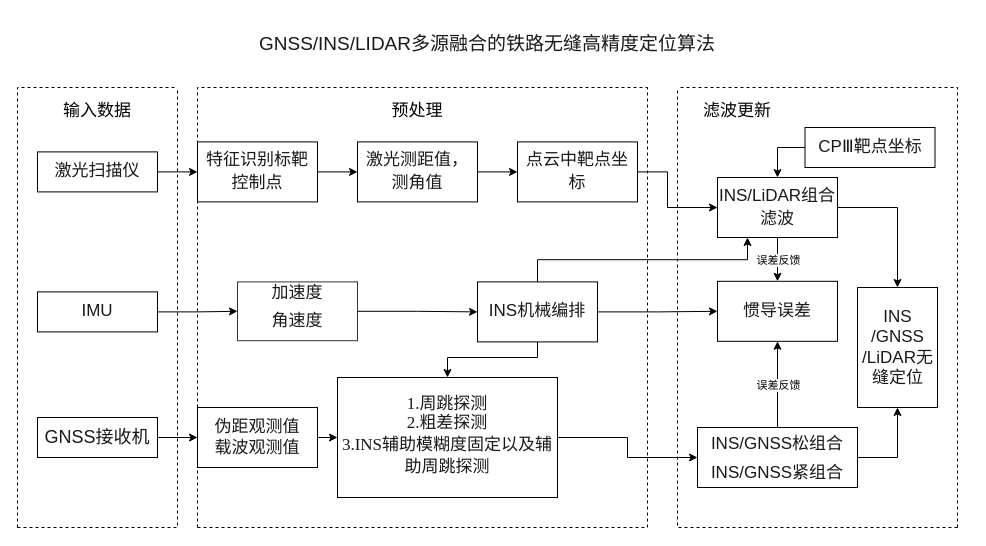
Before: PPT Diagram.drawio in 1024681863/liuchengtu, a draw.io diagram. Source tidied: cells renumbered, new cells numbered last; positions are measured from the earlier drawing's top-left corner, leaving out a move shared by most shapes. Both pictures are drawn from the tidied source at 100%, with x=0, y=0 at pixel (17, 17).
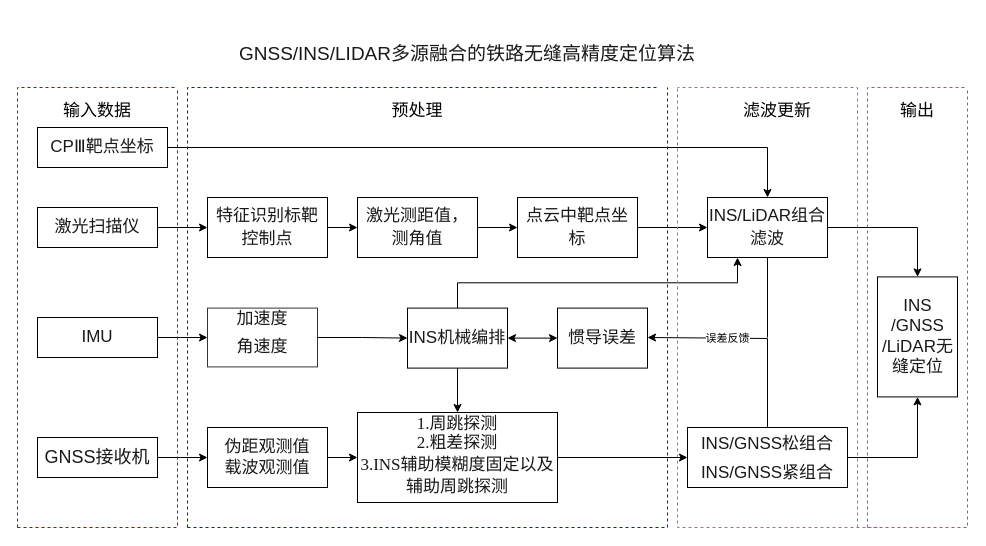
After the change.

Diff of the diagram source:
```diff
@@
     <mxCell id="3" value="&lt;div style=&quot;line-height: 1.3; font-family: FZHei-B01S; text-align: center; vertical-align: middle; color: rgb(25, 25, 26); font-size: 18px; font-style: normal; font-weight: normal;&quot;&gt;&lt;p&gt;&lt;span&gt;GNSS接收机&lt;/span&gt;&lt;/p&gt;&lt;/div&gt;" style="rounded=0;whiteSpace=wrap;html=1;" parent="1" vertex="1">
-      <mxGeometry x="20" y="400" width="120" height="40" as="geometry" />
+      <mxGeometry x="20" y="420" width="120" height="40" as="geometry" />
     </mxCell>
@@
     <mxCell id="5" value="&lt;div style=&quot;line-height: 1.3; font-family: FZHei-B01S; text-align: center; vertical-align: middle; color: rgb(25, 25, 26); font-style: normal; font-weight: normal;&quot;&gt;&lt;p style=&quot;&quot;&gt;&lt;font style=&quot;font-size: 17px;&quot;&gt;激光测距值，测角值&lt;/font&gt;&lt;/p&gt;&lt;/div&gt;" style="rounded=0;whiteSpace=wrap;html=1;" parent="1" vertex="1">
-      <mxGeometry x="340" y="124.4" width="120" height="60" as="geometry" />
+      <mxGeometry x="340" y="180" width="120" height="60" as="geometry" />
     </mxCell>
-    <mxCell id="6" style="edgeStyle=orthogonalEdgeStyle;rounded=0;jettySize=auto;html=1;exitX=1;exitY=0.5;exitDx=0;exitDy=0;entryX=0;entryY=0.5;entryDx=0;entryDy=0;" parent="1" edge="1" source="9" target="23">
-      <mxGeometry relative="1" as="geometry" />
-    </mxCell>
@@
     <mxCell id="8" style="edgeStyle=orthogonalEdgeStyle;rounded=0;jettySize=auto;html=1;exitX=0.5;exitY=1;exitDx=0;exitDy=0;entryX=0.5;entryY=0;entryDx=0;entryDy=0;" parent="1" edge="1" source="9" target="11">
-      <mxGeometry relative="1" as="geometry">
-        <Array as="points">
-          <mxPoint x="520" y="340" />
-          <mxPoint x="430" y="340" />
-        </Array>
-      </mxGeometry>
+      <mxGeometry relative="1" as="geometry" />
     </mxCell>
     <mxCell id="9" value="&lt;div style=&quot;line-height: 1.3; font-family: FZHei-B01S; text-align: center; vertical-align: middle; color: rgb(25, 25, 26); font-style: normal; font-weight: normal;&quot;&gt;&lt;p style=&quot;&quot;&gt;&lt;font style=&quot;font-size: 17px;&quot;&gt;INS机械编排&lt;/font&gt;&lt;/p&gt;&lt;/div&gt;" style="rounded=0;whiteSpace=wrap;html=1;" parent="1" vertex="1">
-      <mxGeometry x="460" y="264.4" width="120" height="60" as="geometry" />
+      <mxGeometry x="390" y="290.6" width="100" height="60" as="geometry" />
     </mxCell>
@@
     <mxCell id="11" value="&lt;div style=&quot;line-height: 130%;&quot;&gt;&lt;span style=&quot;background-color: light-dark(#ffffff, var(--ge-dark-color, #121212)); color: light-dark(rgb(0, 0, 0), rgb(255, 255, 255)); font-family: Garamond; font-size: 17px;&quot;&gt;1.周跳探测&lt;/span&gt;&lt;br&gt;&lt;/div&gt;&lt;font style=&quot;font-size: 17px;&quot;&gt;&lt;font style=&quot;line-height: 130%;&quot;&gt;&lt;span style=&quot;background-color: light-dark(#ffffff, var(--ge-dark-color, #121212)); color: light-dark(rgb(0, 0, 0), rgb(255, 255, 255)); font-family: Garamond;&quot;&gt;2.粗差探测&lt;/span&gt;&lt;br&gt;&lt;/font&gt;&lt;span style=&quot;background-color: light-dark(#ffffff, var(--ge-dark-color, #121212)); color: light-dark(rgb(0, 0, 0), rgb(255, 255, 255)); font-family: Garamond; line-height: 130%;&quot;&gt;&lt;font style=&quot;line-height: 130%;&quot;&gt;3.INS辅助模糊度固定以及辅助周跳探测&lt;/font&gt;&lt;/span&gt;&lt;/font&gt;&lt;font style=&quot;forced-color-adjust: none;&quot;&gt;&lt;br&gt;&lt;/font&gt;" style="rounded=0;whiteSpace=wrap;html=1;fontSize=11;textOpacity=90;" parent="1" vertex="1">
-      <mxGeometry x="320" y="360" width="220" height="120" as="geometry" />
+      <mxGeometry x="340" y="395" width="200" height="90" as="geometry" />
     </mxCell>
@@
     <mxCell id="13" value="&lt;div style=&quot;font-family: FZHei-B01S; text-align: center; vertical-align: middle; color: rgb(25, 25, 26); font-style: normal; font-weight: normal; line-height: 100%;&quot;&gt;&lt;p&gt;&lt;font style=&quot;line-height: 130%; font-size: 17px;&quot;&gt;特征识别标靶控制点&lt;/font&gt;&lt;/p&gt;&lt;/div&gt;" style="rounded=0;whiteSpace=wrap;html=1;" parent="1" vertex="1">
-      <mxGeometry x="180" y="124.4" width="120" height="60" as="geometry" />
+      <mxGeometry x="190" y="180" width="120" height="60" as="geometry" />
     </mxCell>
@@
     <mxCell id="15" value="&lt;div style=&quot;&quot;&gt;&lt;font style=&quot;font-size: 17px;&quot;&gt;&lt;span style=&quot;color: light-dark(rgb(25, 25, 26), rgb(216, 216, 217)); font-family: FZHei-B01S; background-color: transparent;&quot;&gt;加速度&lt;/span&gt;&lt;br&gt;&lt;/font&gt;&lt;/div&gt;&lt;div style=&quot;font-family: FZHei-B01S; vertical-align: middle; color: rgb(25, 25, 26); font-style: normal; font-weight: normal; line-height: 100%;&quot;&gt;&lt;p style=&quot;&quot;&gt;&lt;span style=&quot;color: light-dark(rgb(25, 25, 26), rgb(216, 216, 217)); background-color: transparent;&quot;&gt;&lt;font style=&quot;font-size: 17px;&quot;&gt;角速度&lt;/font&gt;&lt;/span&gt;&lt;/p&gt;&lt;/div&gt;" style="rounded=0;whiteSpace=wrap;html=1;opacity=80;align=center;" parent="1" vertex="1">
-      <mxGeometry x="220" y="264.4" width="120" height="58.8" as="geometry" />
+      <mxGeometry x="190" y="290.6" width="110" height="58.8" as="geometry" />
     </mxCell>
@@
     <mxCell id="17" value="&lt;div style=&quot;font-family: FZHei-B01S; vertical-align: middle; color: rgb(25, 25, 26); line-height: 60%;&quot;&gt;&lt;p&gt;&lt;font style=&quot;line-height: 60%; font-size: 17px;&quot;&gt;伪距观测值&lt;/font&gt;&lt;/p&gt;&lt;p&gt;&lt;font style=&quot;line-height: 60%; font-size: 17px;&quot;&gt;载波观测值&lt;/font&gt;&lt;/p&gt;&lt;/div&gt;" style="rounded=0;whiteSpace=wrap;html=1;fontSize=11;" parent="1" vertex="1">
-      <mxGeometry x="180" y="390" width="120" height="60" as="geometry" />
+      <mxGeometry x="190" y="410" width="120" height="60" as="geometry" />
     </mxCell>
@@
     <mxCell id="19" value="&lt;div style=&quot;line-height: 1.3; font-family: FZHei-B01S; vertical-align: middle; color: rgb(25, 25, 26);&quot;&gt;&lt;p style=&quot;line-height: 100%;&quot;&gt;&lt;font style=&quot;font-size: 17px;&quot;&gt;激光扫描仪&lt;/font&gt;&lt;/p&gt;&lt;/div&gt;" style="rounded=0;whiteSpace=wrap;html=1;" parent="1" vertex="1">
-      <mxGeometry x="20" y="134.4" width="120" height="40" as="geometry" />
+      <mxGeometry x="20" y="190" width="120" height="40" as="geometry" />
     </mxCell>
     <mxCell id="20" value="&lt;div style=&quot;line-height: 1.3; font-family: FZHei-B01S; text-align: center; vertical-align: middle; color: rgb(25, 25, 26); font-style: normal; font-weight: normal;&quot;&gt;&lt;p style=&quot;&quot;&gt;&lt;br&gt;&lt;/p&gt;&lt;/div&gt;" style="rounded=0;whiteSpace=wrap;html=1;" parent="1" vertex="1">
-      <mxGeometry x="840" y="270" width="80" height="120" as="geometry" />
+      <mxGeometry x="860" y="259.4" width="80" height="120" as="geometry" />
     </mxCell>
     <mxCell id="21" style="edgeStyle=orthogonalEdgeStyle;rounded=0;jettySize=auto;html=1;exitX=1;exitY=0.5;exitDx=0;exitDy=0;entryX=0;entryY=0.5;entryDx=0;entryDy=0;" parent="1" edge="1" source="22" target="27">
-      <mxGeometry relative="1" as="geometry">
-        <Array as="points">
-          <mxPoint x="650" y="154" />
-          <mxPoint x="650" y="190" />
-        </Array>
-      </mxGeometry>
+      <mxGeometry relative="1" as="geometry" />
     </mxCell>
     <mxCell id="22" value="&lt;div style=&quot;line-height: 1.3; font-family: FZHei-B01S; text-align: center; vertical-align: middle; color: rgb(25, 25, 26); font-style: normal; font-weight: normal;&quot;&gt;&lt;p style=&quot;&quot;&gt;&lt;font style=&quot;font-size: 17px;&quot;&gt;点云中靶点坐标&lt;/font&gt;&lt;/p&gt;&lt;/div&gt;" style="rounded=0;whiteSpace=wrap;html=1;" parent="1" vertex="1">
-      <mxGeometry x="500" y="124.4" width="120" height="60" as="geometry" />
+      <mxGeometry x="500" y="180" width="120" height="60" as="geometry" />
     </mxCell>
     <mxCell id="23" value="&lt;div style=&quot;line-height: 1.3; font-family: FZHei-B01S; text-align: center; vertical-align: middle; color: rgb(25, 25, 26); font-style: normal; font-weight: normal;&quot;&gt;&lt;p style=&quot;&quot;&gt;&lt;font style=&quot;font-size: 17px;&quot;&gt;惯导误差&lt;/font&gt;&lt;/p&gt;&lt;/div&gt;" style="rounded=0;whiteSpace=wrap;html=1;" parent="1" vertex="1">
-      <mxGeometry x="700" y="263.8" width="120" height="60" as="geometry" />
+      <mxGeometry x="540" y="290.6" width="90" height="60" as="geometry" />
     </mxCell>
@@
     <mxCell id="25" value="&lt;div style=&quot;font-family: FZHei-B01S; text-align: center; vertical-align: middle; color: rgb(25, 25, 26); font-style: normal; font-weight: normal; line-height: 100%;&quot;&gt;&lt;p&gt;&lt;span&gt;&lt;font style=&quot;line-height: 100%; font-size: 17px;&quot;&gt;INS/GNSS松组合&lt;/font&gt;&lt;/span&gt;&lt;/p&gt;&lt;p&gt;&lt;span&gt;&lt;font style=&quot;line-height: 100%; font-size: 17px;&quot;&gt;INS/GNSS紧组合&lt;/font&gt;&lt;/span&gt;&lt;/p&gt;&lt;/div&gt;" style="rounded=0;whiteSpace=wrap;html=1;" parent="1" vertex="1">
-      <mxGeometry x="680" y="410" width="160" height="60" as="geometry" />
+      <mxGeometry x="670" y="410" width="160" height="60" as="geometry" />
     </mxCell>
@@
     <mxCell id="27" value="&lt;div style=&quot;line-height: 1.3; font-family: FZHei-B01S; text-align: center; vertical-align: middle; color: rgb(25, 25, 26); font-style: normal; font-weight: normal;&quot;&gt;&lt;p style=&quot;&quot;&gt;&lt;font style=&quot;font-size: 17px;&quot;&gt;INS/LiDAR组合滤波&lt;/font&gt;&lt;/p&gt;&lt;/div&gt;" style="rounded=0;whiteSpace=wrap;html=1;" parent="1" vertex="1">
-      <mxGeometry x="700" y="160" width="120" height="60" as="geometry" />
+      <mxGeometry x="690" y="180" width="120" height="60" as="geometry" />
     </mxCell>
-    <mxCell id="28" style="edgeStyle=orthogonalEdgeStyle;rounded=0;jettySize=auto;html=1;exitX=0.5;exitY=1;exitDx=0;exitDy=0;entryX=0.5;entryY=0;entryDx=0;entryDy=0;" parent="1" edge="1" source="29" target="27">
+    <mxCell id="28" style="edgeStyle=orthogonalEdgeStyle;rounded=0;jettySize=auto;html=1;exitX=0.5;exitY=0;exitDx=0;exitDy=0;" parent="1" edge="1" source="29" target="27">
       <mxGeometry relative="1" as="geometry" />
     </mxCell>
     <mxCell id="29" value="&lt;div style=&quot;line-height: 1.3; font-family: FZHei-B01S; text-align: center; vertical-align: middle; color: rgb(25, 25, 26); font-style: normal; font-weight: normal;&quot;&gt;&lt;p style=&quot;&quot;&gt;&lt;font style=&quot;font-size: 17px;&quot;&gt;CPⅢ靶点坐标&lt;/font&gt;&lt;/p&gt;&lt;/div&gt;" style="rounded=0;whiteSpace=wrap;html=1;direction=south;" parent="1" vertex="1">
-      <mxGeometry x="787.5" y="110" width="130" height="40" as="geometry" />
+      <mxGeometry x="20" y="110" width="130" height="40" as="geometry" />
     </mxCell>
@@
     <mxCell id="31" value="&lt;div style=&quot;line-height: 1.3; font-family: FZHei-B01S; vertical-align: middle; color: rgb(25, 25, 26);&quot;&gt;&lt;p style=&quot;line-height: 100%;&quot;&gt;&lt;font style=&quot;font-size: 17px;&quot;&gt;IMU&lt;/font&gt;&lt;/p&gt;&lt;/div&gt;" style="rounded=0;whiteSpace=wrap;html=1;" parent="1" vertex="1">
-      <mxGeometry x="20" y="274.4" width="120" height="40" as="geometry" />
+      <mxGeometry x="20" y="300" width="120" height="40" as="geometry" />
     </mxCell>
     <mxCell id="32" value="&lt;span style=&quot;color: rgb(25, 25, 26); font-family: FZHei-B01S; font-size: 19px;&quot;&gt;GNSS/INS/LIDAR多源融合的铁路无缝高精度定位算法&lt;/span&gt;" style="text;html=1;align=center;verticalAlign=middle;whiteSpace=wrap;rounded=0;rotation=0;" parent="1" vertex="1">
-      <mxGeometry x="210" width="520" height="54.4" as="geometry" />
+      <mxGeometry x="190" y="10" width="520" height="54.4" as="geometry" />
     </mxCell>
@@
     <mxCell id="34" value="&lt;span style=&quot;color: rgb(25, 25, 26); font-family: FZHei-B01S;&quot;&gt;INS&lt;/span&gt;&lt;div&gt;&lt;span style=&quot;color: rgb(25, 25, 26); font-family: FZHei-B01S;&quot;&gt;/GNSS&lt;/span&gt;&lt;div&gt;&lt;span style=&quot;color: rgb(25, 25, 26); font-family: FZHei-B01S;&quot;&gt;/LiDAR无缝定位&lt;/span&gt;&lt;/div&gt;&lt;/div&gt;" style="text;html=1;align=center;verticalAlign=middle;whiteSpace=wrap;rounded=0;rotation=0;fontSize=17;" parent="1" vertex="1">
-      <mxGeometry x="842.5" y="280.6" width="75" height="98.8" as="geometry" />
+      <mxGeometry x="862.5" y="270" width="75" height="98.8" as="geometry" />
     </mxCell>
-    <mxCell id="35" style="endArrow=none;dashed=1;html=1;rounded=0;" parent="1" edge="1">
+    <mxCell id="35" style="endArrow=none;dashed=1;html=1;rounded=0;fillColor=#e51400;strokeColor=#B20000;" parent="1" edge="1">
       <mxGeometry relative="1" as="geometry">
         <mxPoint y="510" as="sourcePoint" />
         <mxPoint x="160" y="70" as="targetPoint" />
         <Array as="points">
           <mxPoint y="70" />
         </Array>
       </mxGeometry>
     </mxCell>
-    <mxCell id="36" style="endArrow=none;dashed=1;html=1;rounded=0;" parent="1" edge="1">
+    <mxCell id="36" style="endArrow=none;dashed=1;html=1;rounded=0;fillColor=#e51400;strokeColor=#B20000;" parent="1" edge="1">
       <mxGeometry relative="1" as="geometry">
         <mxPoint y="510" as="sourcePoint" />
         <mxPoint x="160" y="70" as="targetPoint" />
         <Array as="points">
           <mxPoint x="160" y="510" />
         </Array>
       </mxGeometry>
     </mxCell>
@@
-    <mxCell id="39" style="endArrow=none;dashed=1;html=1;rounded=0;" parent="1" edge="1">
+    <mxCell id="39" style="endArrow=none;dashed=1;html=1;rounded=0;fillColor=#0050ef;strokeColor=#001DBC;" parent="1" edge="1">
       <mxGeometry relative="1" as="geometry">
-        <mxPoint x="180" y="510" as="sourcePoint" />
-        <mxPoint x="630" y="70" as="targetPoint" />
+        <mxPoint x="170" y="510" as="sourcePoint" />
+        <mxPoint x="640" y="70" as="targetPoint" />
         <Array as="points">
-          <mxPoint x="180" y="70" />
+          <mxPoint x="170" y="70" />
         </Array>
       </mxGeometry>
     </mxCell>
-    <mxCell id="40" style="endArrow=none;dashed=1;html=1;rounded=0;" parent="1" edge="1">
+    <mxCell id="40" style="endArrow=none;dashed=1;html=1;rounded=0;fillColor=#0050ef;strokeColor=#001DBC;" parent="1" edge="1">
       <mxGeometry relative="1" as="geometry">
-        <mxPoint x="180" y="510" as="sourcePoint" />
-        <mxPoint x="630" y="70" as="targetPoint" />
+        <mxPoint x="170" y="510" as="sourcePoint" />
+        <mxPoint x="650" y="70" as="targetPoint" />
         <Array as="points">
-          <mxPoint x="630" y="510" />
+          <mxPoint x="650" y="510" />
         </Array>
       </mxGeometry>
     </mxCell>
-    <mxCell id="41" style="endArrow=none;dashed=1;html=1;rounded=0;" parent="1" edge="1">
+    <mxCell id="41" style="endArrow=none;dashed=1;html=1;rounded=0;fillColor=#e1d5e7;strokeColor=#9673a6;" parent="1" edge="1">
       <mxGeometry relative="1" as="geometry">
-        <mxPoint x="940" y="510" as="sourcePoint" />
+        <mxPoint x="840" y="510" as="sourcePoint" />
         <mxPoint x="660" y="70" as="targetPoint" />
         <Array as="points">
-          <mxPoint x="940" y="70" />
+          <mxPoint x="840" y="70" />
         </Array>
       </mxGeometry>
     </mxCell>
-    <mxCell id="42" style="endArrow=none;dashed=1;html=1;rounded=0;" parent="1" edge="1">
+    <mxCell id="42" style="endArrow=none;dashed=1;html=1;rounded=0;fillColor=#e1d5e7;strokeColor=#9673a6;" parent="1" edge="1">
       <mxGeometry relative="1" as="geometry">
-        <mxPoint x="940" y="510" as="sourcePoint" />
+        <mxPoint x="860" y="510" as="sourcePoint" />
         <mxPoint x="660" y="70" as="targetPoint" />
         <Array as="points">
           <mxPoint x="660" y="510" />
         </Array>
       </mxGeometry>
     </mxCell>
     <mxCell id="43" value="&lt;font style=&quot;font-size: 17px;&quot;&gt;滤波更新&lt;/font&gt;" style="text;html=1;align=center;verticalAlign=middle;whiteSpace=wrap;rounded=0;" parent="1" vertex="1">
-      <mxGeometry x="670" y="77" width="100" height="33" as="geometry" />
+      <mxGeometry x="710" y="77" width="100" height="33" as="geometry" />
     </mxCell>
-    <mxCell id="44" style="endArrow=classic;html=1;rounded=0;exitX=0.5;exitY=0;exitDx=0;exitDy=0;entryX=0.5;entryY=1;entryDx=0;entryDy=0;" parent="1" edge="1" source="25" target="23">
-      <mxGeometry relative="1" as="geometry" />
+    <mxCell id="44" style="endArrow=classic;html=1;rounded=0;exitX=0.5;exitY=0;exitDx=0;exitDy=0;" parent="1" edge="1" source="25">
+      <mxGeometry relative="1" as="geometry">
+        <mxPoint x="630" y="320" as="targetPoint" />
+        <Array as="points">
+          <mxPoint x="750" y="321" />
+        </Array>
+      </mxGeometry>
     </mxCell>
     <mxCell id="45" value="误差反馈" style="edgeLabel;html=1;align=center;verticalAlign=middle;" parent="44" vertex="1">
-      <mxGeometry relative="1" as="geometry" />
+      <mxGeometry relative="1" as="geometry">
+        <mxPoint x="-25" as="offset" />
+      </mxGeometry>
     </mxCell>
-    <mxCell id="46" style="endArrow=classic;html=1;rounded=0;entryX=0.5;entryY=0;entryDx=0;entryDy=0;exitX=0.5;exitY=1;exitDx=0;exitDy=0;" parent="1" edge="1" source="27" target="23">
-      <mxGeometry relative="1" as="geometry" />
-    </mxCell>
-    <mxCell id="47" value="误差反馈" style="edgeLabel;html=1;align=center;verticalAlign=middle;" parent="46" vertex="1">
-      <mxGeometry relative="1" as="geometry" />
-    </mxCell>
+    <mxCell id="6" style="endArrow=classic;startArrow=classic;html=1;rounded=0;entryX=0;entryY=0.5;entryDx=0;entryDy=0;exitX=1;exitY=0.5;exitDx=0;exitDy=0;" parent="1" edge="1" source="9" target="23">
+      <mxGeometry relative="1" as="geometry" />
+    </mxCell>
+    <mxCell id="48" style="endArrow=none;dashed=1;html=1;rounded=0;fillColor=#f8cecc;strokeColor=#b85450;" parent="1" edge="1">
+      <mxGeometry relative="1" as="geometry">
+        <mxPoint x="850" y="510" as="sourcePoint" />
+        <mxPoint x="950" y="70" as="targetPoint" />
+        <Array as="points">
+          <mxPoint x="850" y="70" />
+        </Array>
+      </mxGeometry>
+    </mxCell>
+    <mxCell id="49" style="endArrow=none;dashed=1;html=1;rounded=0;fillColor=#f8cecc;strokeColor=#b85450;" parent="1" edge="1">
+      <mxGeometry relative="1" as="geometry">
+        <mxPoint x="850" y="510" as="sourcePoint" />
+        <mxPoint x="950" y="70" as="targetPoint" />
+        <Array as="points">
+          <mxPoint x="950" y="510" />
+        </Array>
+      </mxGeometry>
+    </mxCell>
+    <mxCell id="50" value="&lt;span style=&quot;font-size: 17px;&quot;&gt;输出&lt;/span&gt;" style="text;html=1;align=center;verticalAlign=middle;whiteSpace=wrap;rounded=0;" parent="1" vertex="1">
+      <mxGeometry x="850" y="77" width="100" height="33" as="geometry" />
+    </mxCell>
+    <mxCell id="51" style="endArrow=none;html=1;rounded=0;entryX=0.5;entryY=1;entryDx=0;entryDy=0;" parent="1" edge="1" target="27">
+      <mxGeometry relative="1" as="geometry">
+        <mxPoint x="750" y="320" as="sourcePoint" />
+      </mxGeometry>
+    </mxCell>
```
